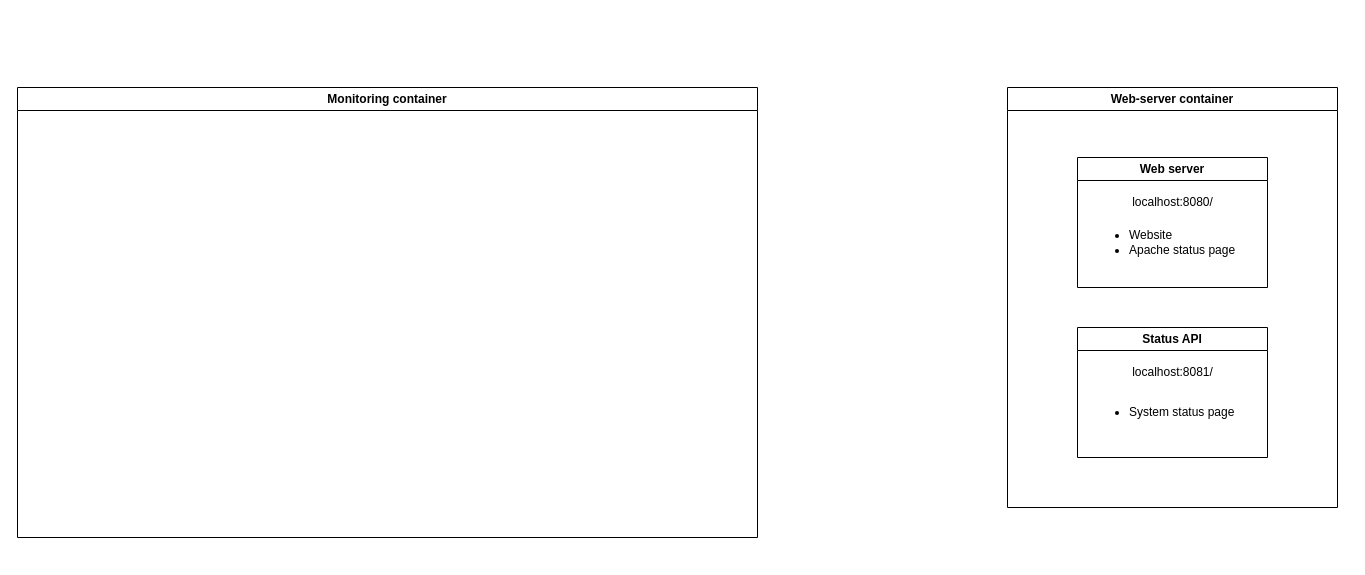
Before: doc/Untitled Diagram.drawio in MaximeSahuc/monitoring, a draw.io diagram. Source tidied: cells renumbered, new cells numbered last; positions are measured from the earlier drawing's top-left corner, leaving out a move shared by most shapes. Both pictures are drawn from the tidied source at 100%, with x=0, y=0 at pixel (17, 87).
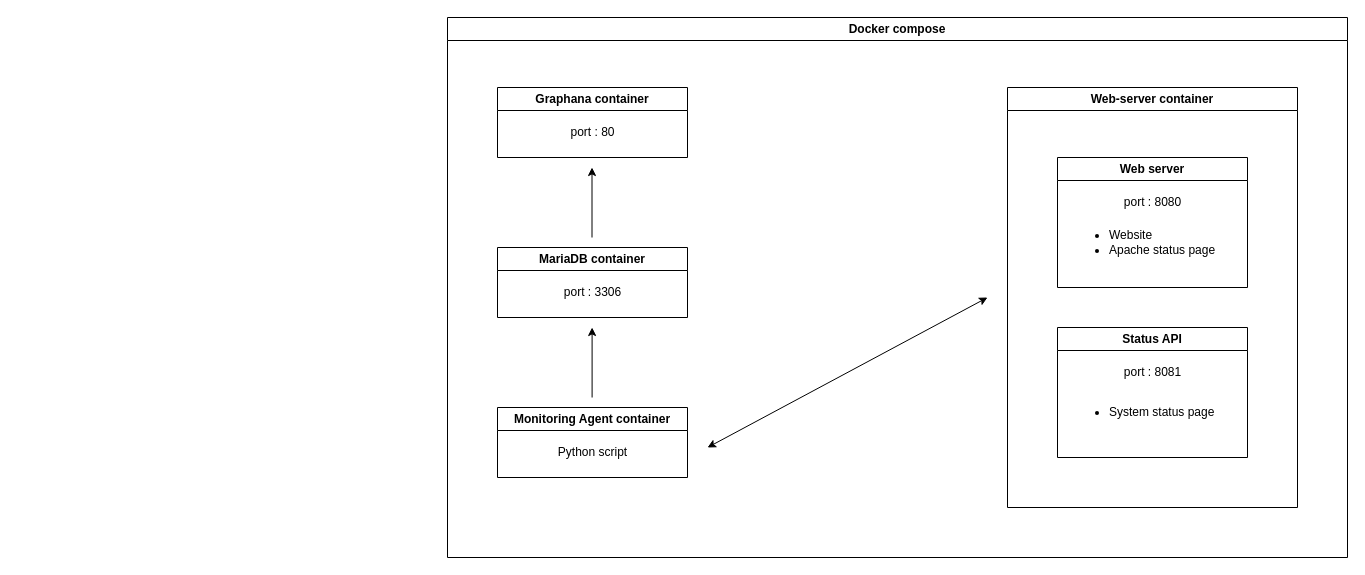
The same diagram, later.

What changed in the source:
```diff
@@
-    <mxCell id="2" value="Monitoring container" style="swimlane;whiteSpace=wrap;html=1;" parent="1" vertex="1">
-      <mxGeometry width="740" height="450" as="geometry" />
-    </mxCell>
     <mxCell id="3" value="Web-server container" style="swimlane;whiteSpace=wrap;html=1;" parent="1" vertex="1">
-      <mxGeometry x="990" width="330" height="420" as="geometry" />
+      <mxGeometry x="990" width="290" height="420" as="geometry" />
     </mxCell>
     <mxCell id="4" value="Web server" style="swimlane;whiteSpace=wrap;html=1;" parent="3" vertex="1">
-      <mxGeometry x="70" y="70" width="190" height="130" as="geometry" />
+      <mxGeometry x="50" y="70" width="190" height="130" as="geometry" />
     </mxCell>
@@
-    <mxCell id="6" value="localhost:8080/" style="text;html=1;align=center;verticalAlign=middle;strokeColor=none;fillColor=none;" parent="4" vertex="1">
-      <mxGeometry x="45" y="30" width="100" height="30" as="geometry" />
+    <mxCell id="6" value="port : 8080" style="text;html=1;align=center;verticalAlign=middle;strokeColor=none;fillColor=none;" parent="4" vertex="1">
+      <mxGeometry x="55" y="30" width="80" height="30" as="geometry" />
     </mxCell>
     <mxCell id="7" value="Status API" style="swimlane;whiteSpace=wrap;html=1;" parent="3" vertex="1">
-      <mxGeometry x="70" y="240" width="190" height="130" as="geometry" />
+      <mxGeometry x="50" y="240" width="190" height="130" as="geometry" />
     </mxCell>
-    <mxCell id="8" value="localhost:8081/" style="text;html=1;align=center;verticalAlign=middle;strokeColor=none;fillColor=none;" parent="7" vertex="1">
-      <mxGeometry x="45" y="30" width="100" height="30" as="geometry" />
+    <mxCell id="8" value="port : 8081" style="text;html=1;align=center;verticalAlign=middle;strokeColor=none;fillColor=none;" parent="7" vertex="1">
+      <mxGeometry x="55" y="30" width="80" height="30" as="geometry" />
     </mxCell>
@@
+    <mxCell id="10" value="Graphana container" style="swimlane;whiteSpace=wrap;html=1;" parent="1" vertex="1">
+      <mxGeometry x="480" width="190" height="70" as="geometry" />
+    </mxCell>
+    <mxCell id="11" value="port : 80" style="text;html=1;align=center;verticalAlign=middle;strokeColor=none;fillColor=none;" parent="10" vertex="1">
+      <mxGeometry x="60" y="30" width="70" height="30" as="geometry" />
+    </mxCell>
+    <mxCell id="12" value="MariaDB container" style="swimlane;whiteSpace=wrap;html=1;" parent="1" vertex="1">
+      <mxGeometry x="480" y="160" width="190" height="70" as="geometry" />
+    </mxCell>
+    <mxCell id="13" value="port : 3306" style="text;html=1;align=center;verticalAlign=middle;strokeColor=none;fillColor=none;" parent="12" vertex="1">
+      <mxGeometry x="55" y="30" width="80" height="30" as="geometry" />
+    </mxCell>
+    <mxCell id="14" value="Monitoring Agent container" style="swimlane;whiteSpace=wrap;html=1;" parent="1" vertex="1">
+      <mxGeometry x="480" y="320" width="190" height="70" as="geometry" />
+    </mxCell>
+    <mxCell id="15" value="Python script" style="text;html=1;align=center;verticalAlign=middle;strokeColor=none;fillColor=none;" parent="14" vertex="1">
+      <mxGeometry x="50" y="30" width="90" height="30" as="geometry" />
+    </mxCell>
+    <mxCell id="16" style="endArrow=classic;startArrow=classic;html=1;rounded=0;" parent="1" edge="1">
+      <mxGeometry relative="1" as="geometry">
+        <mxPoint x="690" y="360" as="sourcePoint" />
+        <mxPoint x="970" y="210" as="targetPoint" />
+      </mxGeometry>
+    </mxCell>
+    <mxCell id="17" style="endArrow=classic;html=1;rounded=0;" parent="1" edge="1">
+      <mxGeometry relative="1" as="geometry">
+        <mxPoint x="574.6" y="310" as="sourcePoint" />
+        <mxPoint x="574.6" y="240" as="targetPoint" />
+      </mxGeometry>
+    </mxCell>
+    <mxCell id="18" style="endArrow=classic;html=1;rounded=0;" parent="1" edge="1">
+      <mxGeometry relative="1" as="geometry">
+        <mxPoint x="574.5" y="150" as="sourcePoint" />
+        <mxPoint x="574.5" y="80" as="targetPoint" />
+      </mxGeometry>
+    </mxCell>
+    <mxCell id="19" value="Docker compose" style="swimlane;whiteSpace=wrap;html=1;" parent="1" vertex="1">
+      <mxGeometry x="430" y="-70" width="900" height="540" as="geometry" />
+    </mxCell>
```
